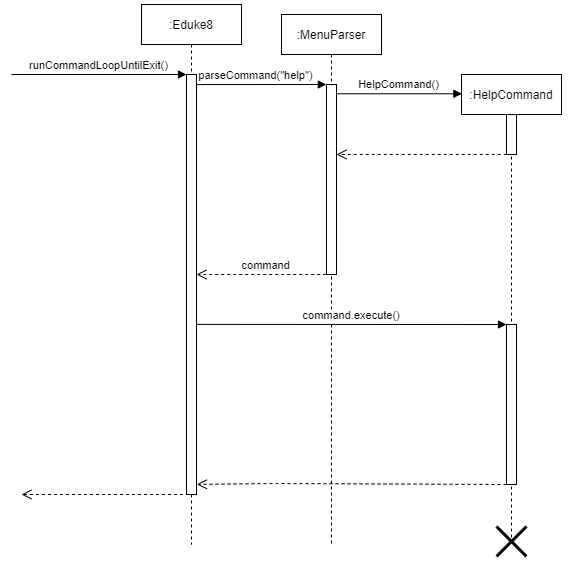
The draw.io diagram docs/images/ParserSampleSequence.png in nus-cs2113-AY2021S1/tp, before a commit. Source tidied: cells renumbered, new cells last; positions are measured from the earlier drawing's top-left corner, leaving out a move shared by most shapes.
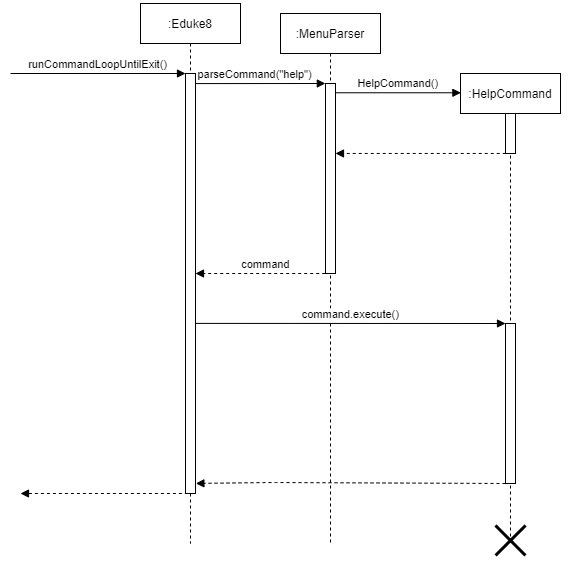
Above is the later version.

Commit message:
Edit DG for Parser diagram

Change to the diagram source:
```diff
@@ -20,12 +20,12 @@
     <mxCell id="7" value="HelpCommand()" style="verticalAlign=bottom;endArrow=block;entryX=0.004;entryY=0.041;shadow=0;strokeWidth=1;entryDx=0;entryDy=0;entryPerimeter=0;" parent="1" edge="1" source="3" target="4">
       <mxGeometry relative="1" as="geometry" />
     </mxCell>
-    <mxCell id="8" value="command" style="verticalAlign=bottom;endArrow=open;dashed=1;endSize=8;shadow=0;strokeWidth=1;exitX=-0.03;exitY=1;exitDx=0;exitDy=0;exitPerimeter=0;" parent="1" edge="1" source="3">
+    <mxCell id="8" value="command" style="verticalAlign=bottom;endArrow=block;dashed=1;endSize=6;shadow=0;strokeWidth=1;exitX=-0.03;exitY=1;exitDx=0;exitDy=0;exitPerimeter=0;endFill=1;" parent="1" edge="1" source="3">
       <mxGeometry x="-0.08" relative="1" as="geometry">
         <mxPoint x="185" y="270" as="targetPoint" />
       </mxGeometry>
     </mxCell>
-    <mxCell id="9" style="verticalAlign=bottom;endArrow=open;dashed=1;endSize=8;shadow=0;strokeWidth=1;exitX=0.023;exitY=0.999;exitDx=0;exitDy=0;exitPerimeter=0;" parent="1" edge="1" source="5" target="3">
+    <mxCell id="9" style="verticalAlign=bottom;endArrow=block;dashed=1;endSize=6;shadow=0;strokeWidth=1;exitX=0.023;exitY=0.999;exitDx=0;exitDy=0;exitPerimeter=0;endFill=1;" parent="1" edge="1" source="5" target="3">
       <mxGeometry x="-0.23" y="-24" relative="1" as="geometry" />
     </mxCell>
     <mxCell id="10" style="perimeter=orthogonalPerimeter;rounded=0;shadow=0;strokeWidth=1;" parent="1" vertex="1">
@@ -51,7 +51,7 @@
         <mxPoint x="495" y="320" as="targetPoint" />
       </mxGeometry>
     </mxCell>
-    <mxCell id="16" style="verticalAlign=bottom;endArrow=open;dashed=1;endSize=8;shadow=0;strokeWidth=1;entryX=1.038;entryY=0.976;entryDx=0;entryDy=0;entryPerimeter=0;" parent="1" edge="1" target="12">
+    <mxCell id="16" style="verticalAlign=bottom;endArrow=block;dashed=1;endSize=6;shadow=0;strokeWidth=1;entryX=1.038;entryY=0.976;entryDx=0;entryDy=0;entryPerimeter=0;endFill=1;" parent="1" edge="1" target="12">
       <mxGeometry x="-0.23" y="-24" relative="1" as="geometry">
         <mxPoint x="495" y="480" as="sourcePoint" />
         <Array as="points">
@@ -59,7 +59,7 @@
         </Array>
       </mxGeometry>
     </mxCell>
-    <mxCell id="17" style="verticalAlign=bottom;endArrow=open;dashed=1;endSize=8;shadow=0;strokeWidth=1;exitX=0.34;exitY=1.005;exitDx=0;exitDy=0;exitPerimeter=0;" parent="1" edge="1">
+    <mxCell id="17" style="verticalAlign=bottom;endArrow=block;dashed=1;endSize=6;shadow=0;strokeWidth=1;exitX=0.34;exitY=1.005;exitDx=0;exitDy=0;exitPerimeter=0;endFill=1;" parent="1" edge="1">
       <mxGeometry x="-0.23" y="-24" relative="1" as="geometry">
         <mxPoint x="183.4" y="490" as="sourcePoint" />
         <mxPoint x="10" y="490" as="targetPoint" />
```
